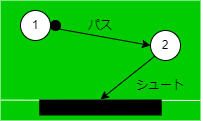
Before: 2/play_pattern.png, a diagram exported from draw.io (SuperTikuwa/thesis-images). Source tidied: cells renumbered, new cells last; positions are measured from the earlier drawing's top-left corner, leaving out a move shared by most shapes.
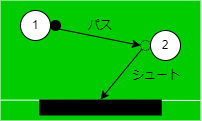
After the commit.

Commit message:
play_pattern.png を追加しました。

Change to the diagram source:
```diff
@@ -2,38 +2,38 @@
   <root>
     <mxCell id="0" />
     <mxCell id="1" parent="0" />
-    <mxCell id="2" style="group;" parent="1" vertex="1">
-      <mxGeometry width="200" height="120" as="geometry" />
-    </mxCell>
-    <mxCell id="3" style="whiteSpace=wrap;html=1;strokeColor=none;fillColor=#00CC00;" parent="2" vertex="1">
-      <mxGeometry width="200" height="120" as="geometry" />
-    </mxCell>
+    <mxCell id="13" style="whiteSpace=wrap;html=1;strokeColor=none;fillColor=#00CC00;" parent="1" vertex="1">
+      <mxGeometry x="-40" y="10" width="200" height="120" as="geometry" />
+    </mxCell>
-    <mxCell id="4" value="1" style="ellipse;whiteSpace=wrap;html=1;" parent="2" vertex="1">
-      <mxGeometry x="20" y="10" width="30" height="30" as="geometry" />
+    <mxCell id="4" value="1" style="ellipse;whiteSpace=wrap;html=1;" parent="1" vertex="1">
+      <mxGeometry x="-20" y="20" width="30" height="30" as="geometry" />
     </mxCell>
-    <mxCell id="5" value="2" style="ellipse;whiteSpace=wrap;html=1;" parent="2" vertex="1">
-      <mxGeometry x="150" y="30" width="30" height="30" as="geometry" />
+    <mxCell id="5" value="2" style="ellipse;whiteSpace=wrap;html=1;" parent="1" vertex="1">
+      <mxGeometry x="110" y="40" width="30" height="30" as="geometry" />
     </mxCell>
-    <mxCell id="6" style="ellipse;whiteSpace=wrap;html=1;fillColor=#000000;" parent="2" vertex="1">
-      <mxGeometry x="50" y="20" width="10" height="10" as="geometry" />
-    </mxCell>
-    <mxCell id="7" style="endArrow=classic;html=1;rounded=0;exitX=1;exitY=1;exitDx=0;exitDy=0;entryX=0;entryY=0.5;entryDx=0;entryDy=0;" parent="2" edge="1" source="6" target="5">
-      <mxGeometry relative="1" as="geometry" />
-    </mxCell>
-    <mxCell id="8" style="endArrow=none;html=1;rounded=0;exitX=0.001;exitY=0.83;exitDx=0;exitDy=0;exitPerimeter=0;entryX=1;entryY=0.833;entryDx=0;entryDy=0;entryPerimeter=0;strokeColor=#FFFFFF;" parent="2" edge="1" source="3" target="3">
-      <mxGeometry relative="1" as="geometry" />
-    </mxCell>
-    <mxCell id="9" style="rounded=0;whiteSpace=wrap;html=1;strokeColor=none;fillColor=#000000;" parent="2" vertex="1">
-      <mxGeometry x="38.8" y="99" width="122.5" height="16" as="geometry" />
-    </mxCell>
-    <mxCell id="10" style="endArrow=classic;html=1;rounded=0;exitX=0;exitY=1;exitDx=0;exitDy=0;entryX=0.5;entryY=0;entryDx=0;entryDy=0;" parent="2" edge="1" source="5" target="9">
-      <mxGeometry relative="1" as="geometry" />
-    </mxCell>
+    <mxCell id="14" style="ellipse;whiteSpace=wrap;html=1;fillColor=#000000;" parent="1" vertex="1">
+      <mxGeometry x="10" y="30" width="10" height="10" as="geometry" />
+    </mxCell>
+    <mxCell id="15" style="endArrow=classic;html=1;rounded=0;exitX=1;exitY=1;exitDx=0;exitDy=0;entryX=0;entryY=0.5;entryDx=0;entryDy=0;" parent="1" edge="1" source="14" target="19">
+      <mxGeometry relative="1" as="geometry" />
+    </mxCell>
+    <mxCell id="16" style="endArrow=none;html=1;rounded=0;exitX=0.001;exitY=0.83;exitDx=0;exitDy=0;exitPerimeter=0;entryX=1;entryY=0.833;entryDx=0;entryDy=0;entryPerimeter=0;strokeColor=#FFFFFF;" parent="1" edge="1" source="13" target="13">
+      <mxGeometry relative="1" as="geometry" />
+    </mxCell>
+    <mxCell id="17" style="rounded=0;whiteSpace=wrap;html=1;strokeColor=none;fillColor=#000000;" parent="1" vertex="1">
+      <mxGeometry x="-1.2" y="109" width="122.5" height="16" as="geometry" />
+    </mxCell>
+    <mxCell id="18" style="endArrow=classic;html=1;rounded=0;exitX=0;exitY=1;exitDx=0;exitDy=0;entryX=0.5;entryY=0;entryDx=0;entryDy=0;" parent="1" edge="1" source="19" target="17">
+      <mxGeometry relative="1" as="geometry" />
+    </mxCell>
-    <mxCell id="11" value="パス" style="text;html=1;strokeColor=none;fillColor=none;align=center;verticalAlign=middle;whiteSpace=wrap;rounded=0;" parent="2" vertex="1">
-      <mxGeometry x="70" y="10" width="60" height="30" as="geometry" />
+    <mxCell id="11" value="パス" style="text;html=1;strokeColor=none;fillColor=none;align=center;verticalAlign=middle;whiteSpace=wrap;rounded=0;" parent="1" vertex="1">
+      <mxGeometry x="30" y="20" width="60" height="30" as="geometry" />
     </mxCell>
-    <mxCell id="12" value="シュート" style="text;html=1;strokeColor=none;fillColor=none;align=center;verticalAlign=middle;whiteSpace=wrap;rounded=0;" parent="2" vertex="1">
-      <mxGeometry x="130" y="70" width="60" height="30" as="geometry" />
+    <mxCell id="12" value="シュート" style="text;html=1;strokeColor=none;fillColor=none;align=left;verticalAlign=middle;whiteSpace=wrap;rounded=0;" parent="1" vertex="1">
+      <mxGeometry x="90" y="70" width="70" height="30" as="geometry" />
     </mxCell>
+    <mxCell id="19" style="ellipse;whiteSpace=wrap;html=1;fillColor=none;dashed=1;dashPattern=1 1;" parent="1" vertex="1">
+      <mxGeometry x="100" y="50" width="10" height="10" as="geometry" />
+    </mxCell>
   </root>
 </mxGraphModel>
```
